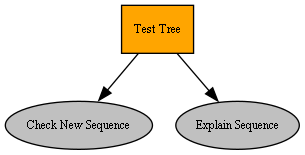
The Graphviz diagram BT_Framework/test_tree.png in 1Eggbert7/BT_LLM, before a commit. Its source is kept beside it as BT_Framework/test_tree.dot.
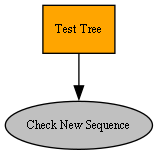
Later version of the same file.

Change to the diagram source:
```diff
@@ -6,6 +6,4 @@
 "Test Tree" [fillcolor=orange, fontcolor=black, fontsize=9, label="Test Tree", shape=box, style=filled];
 "Check New Sequence" [fillcolor=gray, fontcolor=black, fontsize=9, label="Check New Sequence", shape=ellipse, style=filled];
 "Test Tree" -> "Check New Sequence";
-"Explain Sequence" [fillcolor=gray, fontcolor=black, fontsize=9, label="Explain Sequence", shape=ellipse, style=filled];
-"Test Tree" -> "Explain Sequence";
 }
```
